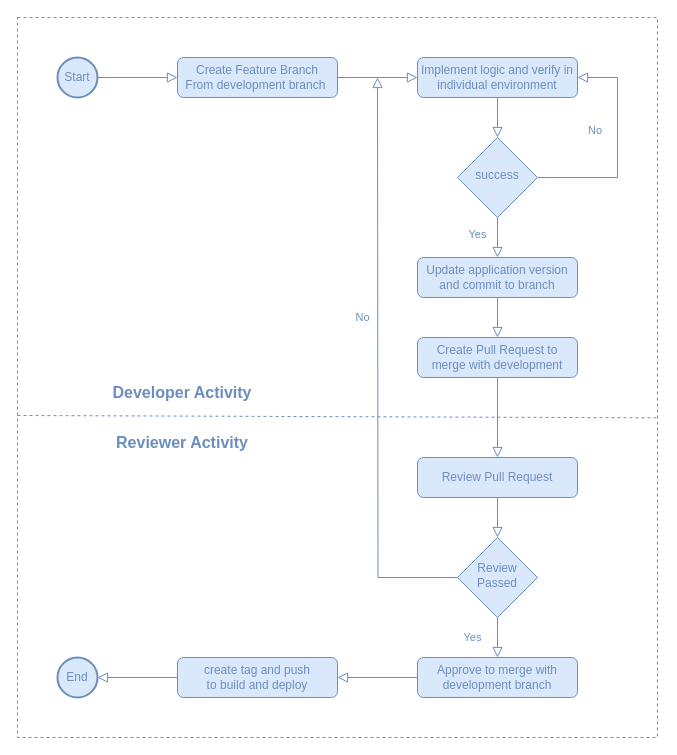
Earlier version of the draw.io diagram Git Feature Dev Steps.drawio (satis-pra/sp-draw.io-diagrams). Source tidied: cells renumbered, new cells numbered last; positions are measured from the earlier drawing's top-left corner, leaving out a move shared by most shapes. Both pictures are drawn from the tidied source at 100%, with x=0, y=0 at pixel (17, 17).
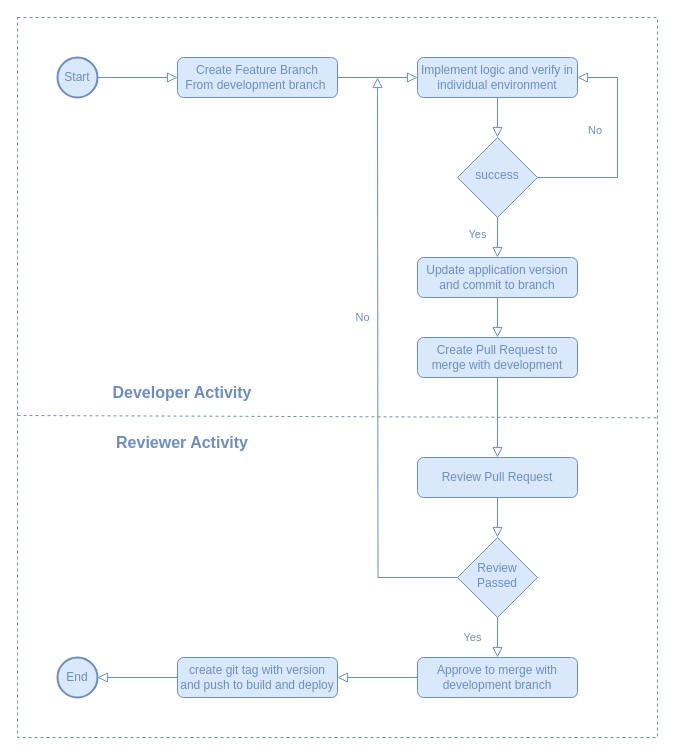
Above is the later version.

Diff of the diagram source:
```diff
@@
-    <mxCell id="27" value="&lt;font color=&quot;#6c8ebf&quot;&gt;create tag and push &lt;br&gt;to build and deploy&lt;/font&gt;" style="rounded=1;whiteSpace=wrap;html=1;fontSize=12;glass=0;strokeWidth=1;shadow=0;fillColor=#dae8fc;strokeColor=#6c8ebf;" parent="1" vertex="1">
+    <mxCell id="27" value="&lt;font color=&quot;#6c8ebf&quot;&gt;create git tag with version and push to build and deploy&lt;/font&gt;" style="rounded=1;whiteSpace=wrap;html=1;fontSize=12;glass=0;strokeWidth=1;shadow=0;fillColor=#dae8fc;strokeColor=#6c8ebf;" parent="1" vertex="1">
       <mxGeometry x="160" y="640" width="160" height="40" as="geometry" />
     </mxCell>
```
